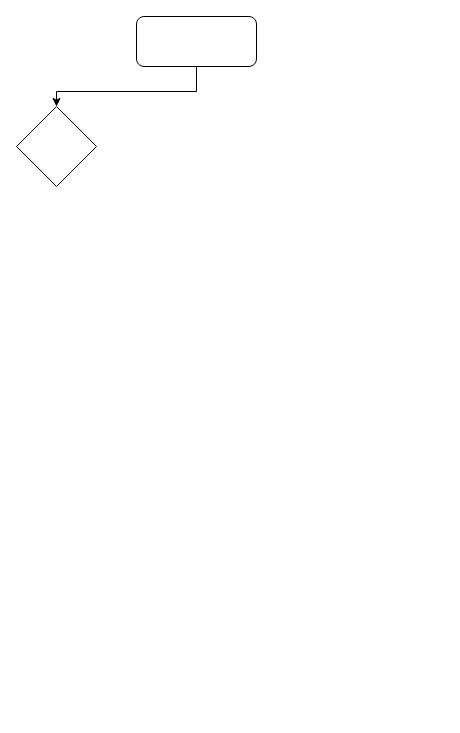
martinju/diagrams keeps this draw.io diagram as Testing123.drawio. Above is the earlier version. Source tidied: cells renumbered, new cells numbered last; positions are measured from the earlier drawing's top-left corner, leaving out a move shared by most shapes. Both pictures are drawn from the tidied source at 100%, with x=0, y=0 at pixel (16, 16).
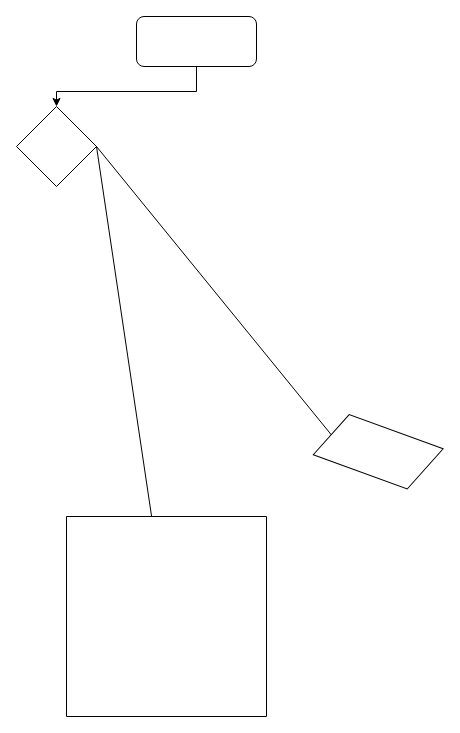
The same diagram, later.

Commit message:
Modify existing diagram

The edit, as a diff of the source:
```diff
@@
 <mxGraphModel>
   <root>
     <mxCell id="0" />
     <mxCell id="1" parent="0" />
     <mxCell id="2" style="edgeStyle=orthogonalEdgeStyle;rounded=0;jettySize=auto;html=1;" parent="1" edge="1" source="3" target="4">
       <mxGeometry relative="1" as="geometry">
         <Array as="points">
           <mxPoint x="180" y="75" />
           <mxPoint x="40" y="75" />
         </Array>
       </mxGeometry>
     </mxCell>
     <mxCell id="3" style="rounded=1;whiteSpace=wrap;html=1;" parent="1" vertex="1">
       <mxGeometry x="120" width="120" height="50" as="geometry" />
     </mxCell>
     <mxCell id="4" style="rhombus;whiteSpace=wrap;html=1;" parent="1" vertex="1">
       <mxGeometry y="90" width="80" height="80" as="geometry" />
     </mxCell>
+    <mxCell id="5" style="endArrow=none;html=1;rounded=0;exitX=0;exitY=0.5;exitDx=0;exitDy=0;" parent="1" edge="1" source="7" target="6">
+      <mxGeometry relative="1" as="geometry">
+        <Array as="points">
+          <mxPoint x="80" y="130" />
+        </Array>
+      </mxGeometry>
+    </mxCell>
+    <mxCell id="6" style="swimlane;startSize=0;" parent="1" vertex="1">
+      <mxGeometry x="50" y="500" width="200" height="200" as="geometry" />
+    </mxCell>
+    <mxCell id="7" style="shape=parallelogram;perimeter=parallelogramPerimeter;whiteSpace=wrap;html=1;fixedSize=1;rotation=20;" parent="1" vertex="1">
+      <mxGeometry x="301.7" y="410.3" width="120" height="50" as="geometry" />
+    </mxCell>
   </root>
 </mxGraphModel>
```
